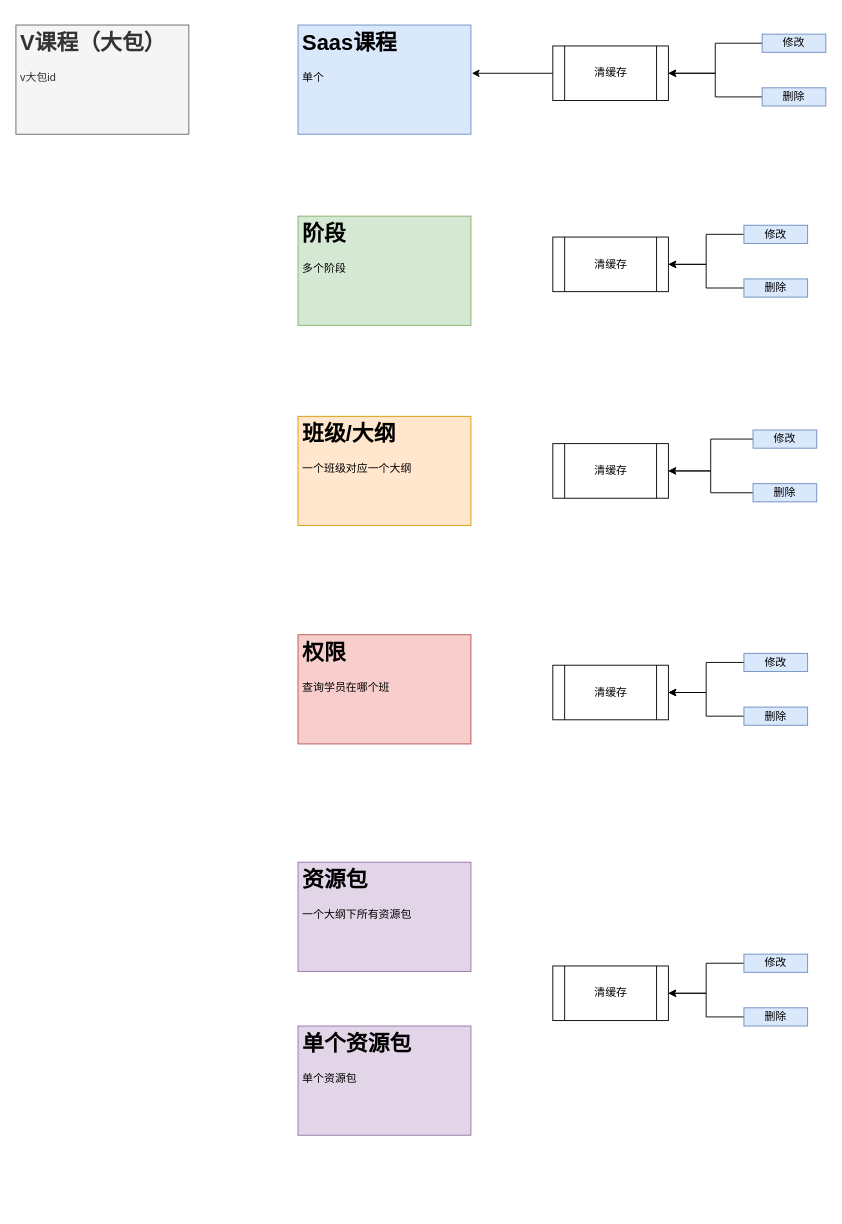
Earlier version of the draw.io diagram Untitled Diagram.drawio (haiyanqi/frontTechnology_BaiDu_Yan). Source tidied: cells renumbered, new cells numbered last; positions are measured from the earlier drawing's top-left corner, leaving out a move shared by most shapes. Both pictures are drawn from the tidied source at 91%, with x=0, y=0 at pixel (15, 25).
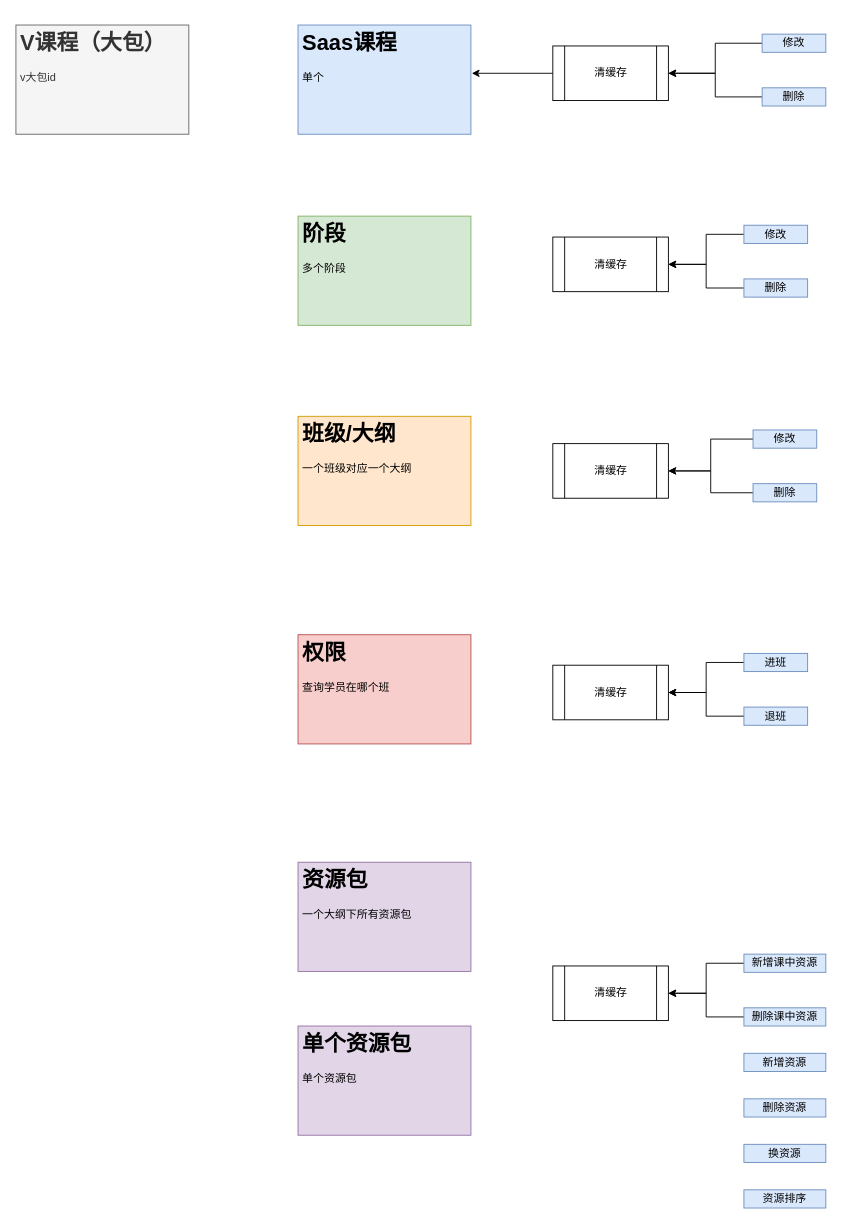
The same page after the edit.

Commit message:
Glive2课程大纲缓存策略 Diagram.drawio

Change to the diagram source:
```diff
@@
-    <mxCell id="27" value="修改" style="text;html=1;strokeColor=#6c8ebf;fillColor=#dae8fc;align=center;verticalAlign=middle;whiteSpace=wrap;rounded=0;" parent="1" vertex="1">
+    <mxCell id="27" value="进班" style="text;html=1;strokeColor=#6c8ebf;fillColor=#dae8fc;align=center;verticalAlign=middle;whiteSpace=wrap;rounded=0;" parent="1" vertex="1">
       <mxGeometry x="800" y="690.5" width="70" height="20" as="geometry" />
     </mxCell>
@@
-    <mxCell id="29" value="删除" style="text;html=1;strokeColor=#6c8ebf;fillColor=#dae8fc;align=center;verticalAlign=middle;whiteSpace=wrap;rounded=0;" parent="1" vertex="1">
+    <mxCell id="29" value="退班" style="text;html=1;strokeColor=#6c8ebf;fillColor=#dae8fc;align=center;verticalAlign=middle;whiteSpace=wrap;rounded=0;" parent="1" vertex="1">
       <mxGeometry x="800" y="749.5" width="70" height="20" as="geometry" />
     </mxCell>
@@
-    <mxCell id="32" value="修改" style="text;html=1;strokeColor=#6c8ebf;fillColor=#dae8fc;align=center;verticalAlign=middle;whiteSpace=wrap;rounded=0;" parent="1" vertex="1">
-      <mxGeometry x="800" y="1021" width="70" height="20" as="geometry" />
+    <mxCell id="32" value="新增课中资源" style="text;html=1;strokeColor=#6c8ebf;fillColor=#dae8fc;align=center;verticalAlign=middle;whiteSpace=wrap;rounded=0;" parent="1" vertex="1">
+      <mxGeometry x="800" y="1021" width="90" height="20" as="geometry" />
     </mxCell>
@@
-    <mxCell id="34" value="删除" style="text;html=1;strokeColor=#6c8ebf;fillColor=#dae8fc;align=center;verticalAlign=middle;whiteSpace=wrap;rounded=0;" parent="1" vertex="1">
-      <mxGeometry x="800" y="1080" width="70" height="20" as="geometry" />
+    <mxCell id="34" value="删除课中资源" style="text;html=1;strokeColor=#6c8ebf;fillColor=#dae8fc;align=center;verticalAlign=middle;whiteSpace=wrap;rounded=0;" parent="1" vertex="1">
+      <mxGeometry x="800" y="1080" width="90" height="20" as="geometry" />
     </mxCell>
+    <mxCell id="35" value="新增资源" style="text;html=1;strokeColor=#6c8ebf;fillColor=#dae8fc;align=center;verticalAlign=middle;whiteSpace=wrap;rounded=0;" parent="1" vertex="1">
+      <mxGeometry x="800" y="1130" width="90" height="20" as="geometry" />
+    </mxCell>
+    <mxCell id="36" value="删除资源" style="text;html=1;strokeColor=#6c8ebf;fillColor=#dae8fc;align=center;verticalAlign=middle;whiteSpace=wrap;rounded=0;" parent="1" vertex="1">
+      <mxGeometry x="800" y="1180" width="90" height="20" as="geometry" />
+    </mxCell>
+    <mxCell id="37" value="换资源" style="text;html=1;strokeColor=#6c8ebf;fillColor=#dae8fc;align=center;verticalAlign=middle;whiteSpace=wrap;rounded=0;" parent="1" vertex="1">
+      <mxGeometry x="800" y="1230" width="90" height="20" as="geometry" />
+    </mxCell>
+    <mxCell id="38" value="资源排序" style="text;html=1;strokeColor=#6c8ebf;fillColor=#dae8fc;align=center;verticalAlign=middle;whiteSpace=wrap;rounded=0;" parent="1" vertex="1">
+      <mxGeometry x="800" y="1280" width="90" height="20" as="geometry" />
+    </mxCell>
```
